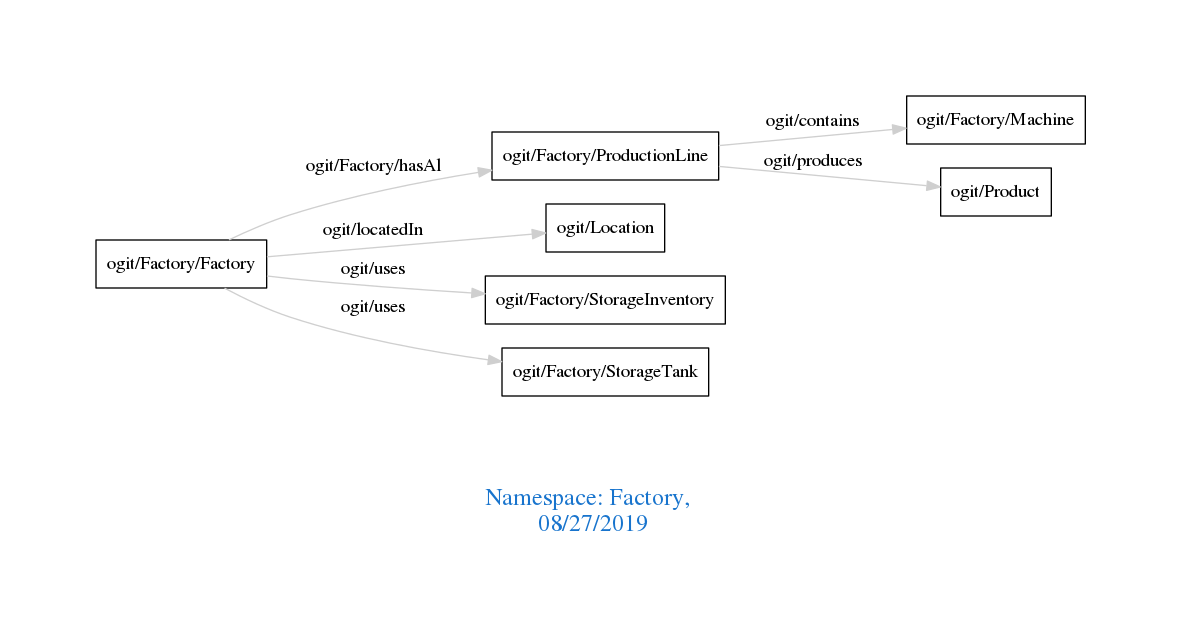
Above: downloads/Factory.png in arago/OGIT (Graphviz), before the change. Its source is kept beside it as downloads/Factory.dot.
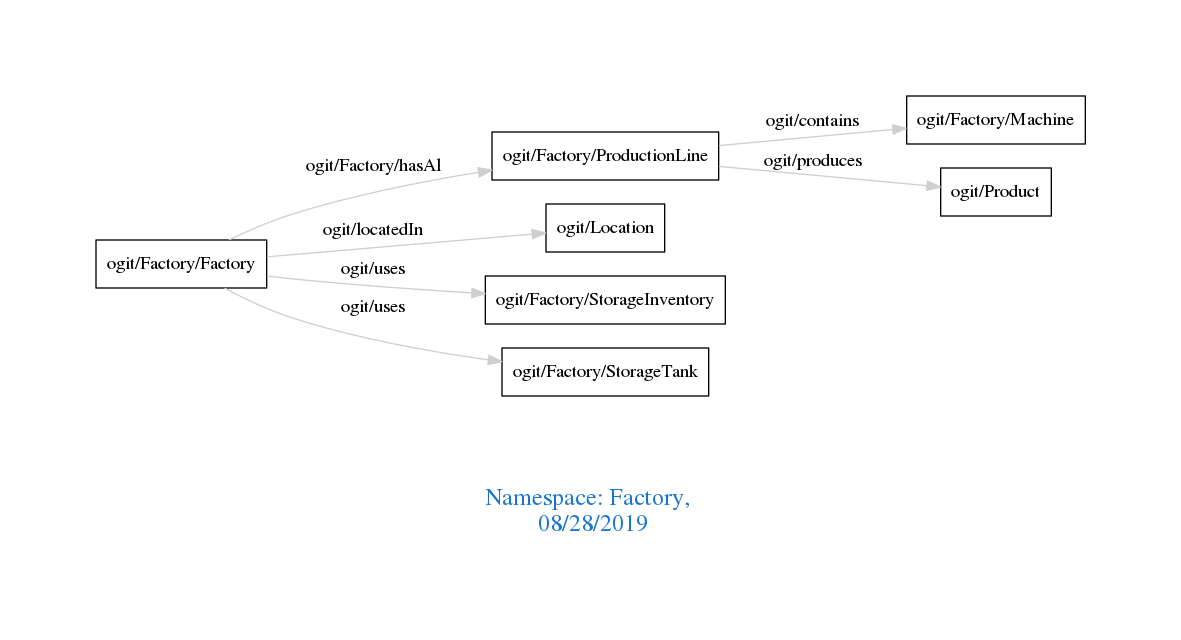
The same diagram one commit later.

What changed in the source:
```diff
@@ -1,7 +1,7 @@
 digraph OGIT_ontology {
  graph [ rankdir= LR,pad=1
 fontsize = 18,
-fontcolor= dodgerblue3,label = "\n\n\nNamespace: Factory, \n 08/27/2019"];
+fontcolor= dodgerblue3,label = "\n\n\nNamespace: Factory, \n 08/28/2019"];
 node[shape=polygon];
 edge [  color="gray81"];
 
```
